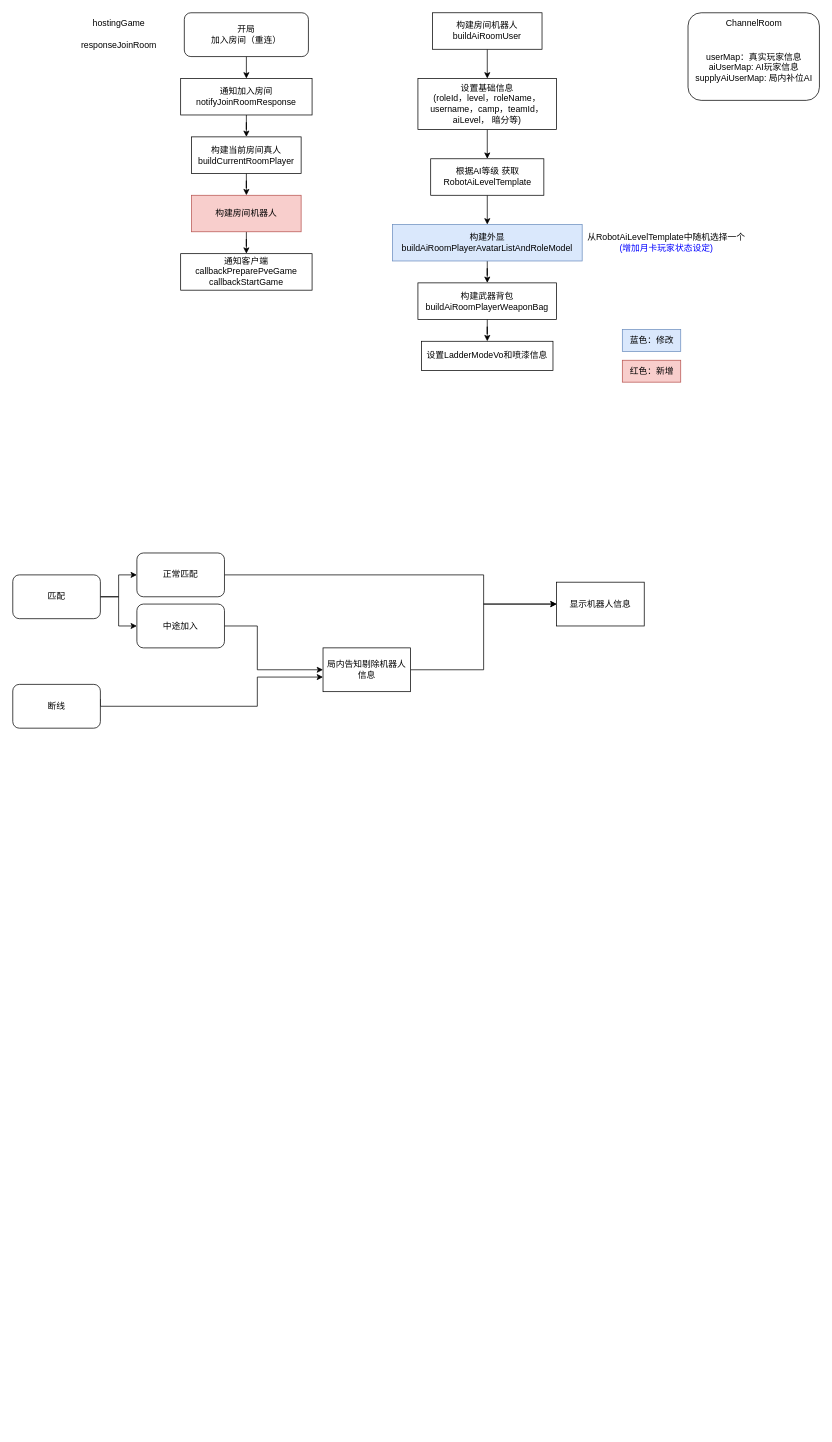
Ordertiny/graph keeps this draw.io diagram as SSJJ2/机器人展示Loading.drawio. Above is the earlier version. Source tidied: cells renumbered, new cells numbered last; positions are measured from the earlier drawing's top-left corner, leaving out a move shared by most shapes. Both pictures are drawn from the tidied source at 73%, with x=0, y=0 at pixel (12, 12).
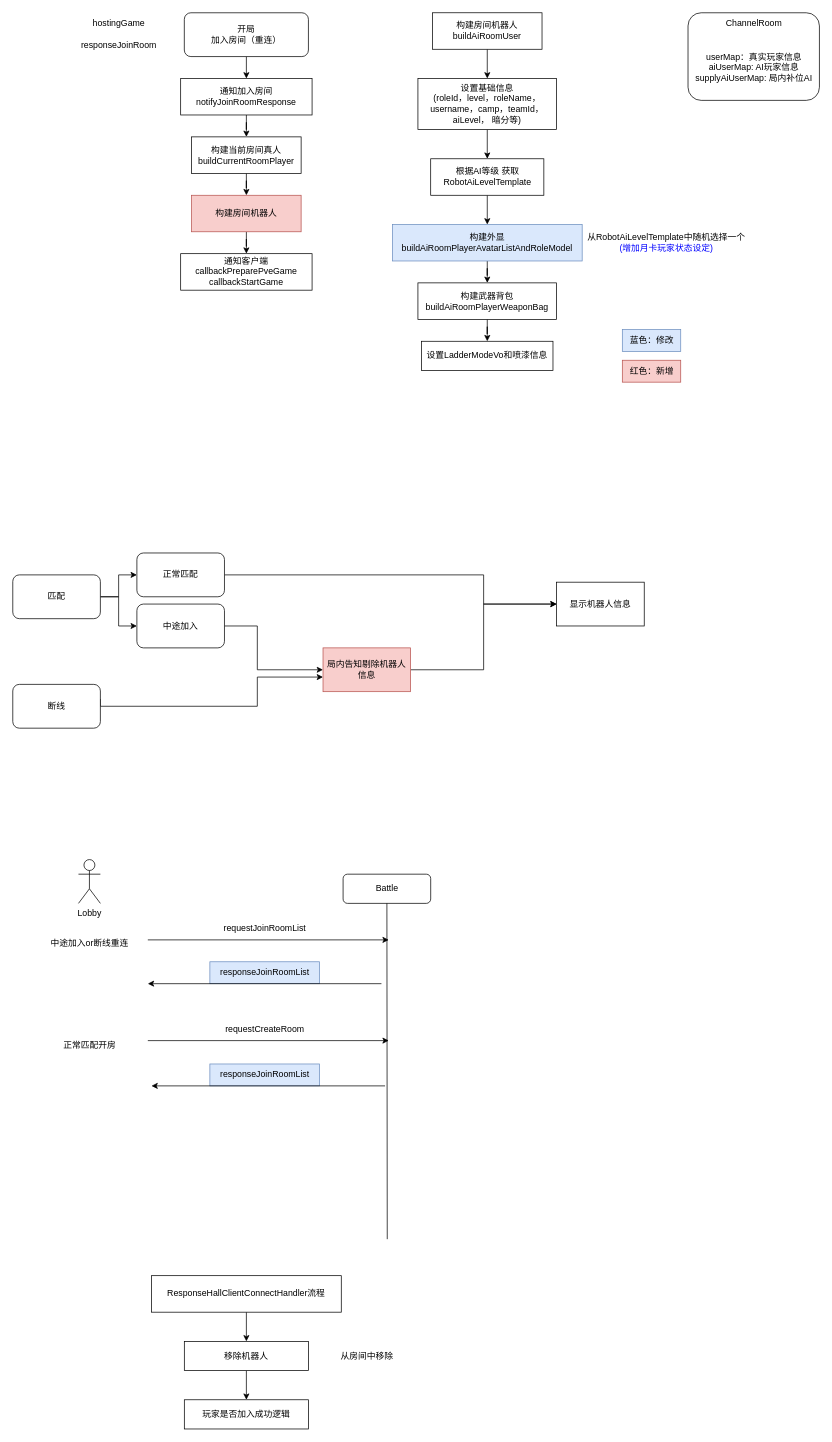
After the change.

Commit message (it also covers changes not shown here):
更新机器人展示Loading.drawio

Change to the diagram source:
```diff
@@
-    <mxCell id="42" value="局内告知剔除机器人&lt;br&gt;信息" style="whiteSpace=wrap;html=1;" parent="1" vertex="1">
+    <mxCell id="42" value="局内告知剔除机器人&lt;br&gt;信息" style="whiteSpace=wrap;html=1;fillColor=#f8cecc;strokeColor=#b85450;" parent="1" vertex="1">
       <mxGeometry x="425" y="870" width="120" height="60" as="geometry" />
     </mxCell>
+    <mxCell id="43" value="Lobby" style="shape=umlActor;verticalLabelPosition=bottom;verticalAlign=top;html=1;" parent="1" vertex="1">
+      <mxGeometry x="90" y="1160" width="30" height="60" as="geometry" />
+    </mxCell>
+    <mxCell id="44" value="Battle" style="rounded=1;whiteSpace=wrap;html=1;" parent="1" vertex="1">
+      <mxGeometry x="452.5" y="1180" width="120" height="40" as="geometry" />
+    </mxCell>
+    <mxCell id="45" value="requestJoinRoomList" style="text;html=1;align=center;verticalAlign=middle;strokeColor=none;fillColor=none;" parent="1" vertex="1">
+      <mxGeometry x="275" y="1240" width="140" height="30" as="geometry" />
+    </mxCell>
+    <mxCell id="46" value="responseJoinRoomList" style="text;html=1;align=center;verticalAlign=middle;strokeColor=#6c8ebf;fillColor=#dae8fc;" parent="1" vertex="1">
+      <mxGeometry x="270" y="1300" width="150" height="30" as="geometry" />
+    </mxCell>
+    <mxCell id="47" value="requestCreateRoom" style="text;html=1;align=center;verticalAlign=middle;strokeColor=none;fillColor=none;" parent="1" vertex="1">
+      <mxGeometry x="280" y="1378" width="130" height="30" as="geometry" />
+    </mxCell>
+    <mxCell id="48" value="responseJoinRoomList" style="text;html=1;align=center;verticalAlign=middle;strokeColor=#6c8ebf;fillColor=#dae8fc;" parent="1" vertex="1">
+      <mxGeometry x="270" y="1440" width="150" height="30" as="geometry" />
+    </mxCell>
+    <mxCell id="49" style="endArrow=none;html=1;rounded=0;entryX=0.5;entryY=1;entryDx=0;entryDy=0;" parent="1" edge="1" target="44">
+      <mxGeometry relative="1" as="geometry">
+        <mxPoint x="513" y="1680" as="sourcePoint" />
+      </mxGeometry>
+    </mxCell>
+    <mxCell id="50" style="endArrow=classic;html=1;rounded=0;" parent="1" edge="1">
+      <mxGeometry relative="1" as="geometry">
+        <mxPoint x="185" y="1270" as="sourcePoint" />
+        <mxPoint x="515" y="1270" as="targetPoint" />
+      </mxGeometry>
+    </mxCell>
+    <mxCell id="51" style="endArrow=classic;html=1;rounded=0;" parent="1" edge="1">
+      <mxGeometry relative="1" as="geometry">
+        <mxPoint x="505" y="1330" as="sourcePoint" />
+        <mxPoint x="185" y="1330" as="targetPoint" />
+      </mxGeometry>
+    </mxCell>
+    <mxCell id="52" style="endArrow=classic;html=1;rounded=0;" parent="1" edge="1">
+      <mxGeometry relative="1" as="geometry">
+        <mxPoint x="185" y="1408" as="sourcePoint" />
+        <mxPoint x="515" y="1408" as="targetPoint" />
+      </mxGeometry>
+    </mxCell>
+    <mxCell id="53" style="endArrow=classic;html=1;rounded=0;" parent="1" edge="1">
+      <mxGeometry relative="1" as="geometry">
+        <mxPoint x="510" y="1470" as="sourcePoint" />
+        <mxPoint x="190" y="1470" as="targetPoint" />
+      </mxGeometry>
+    </mxCell>
+    <mxCell id="54" value="中途加入or断线重连" style="text;html=1;align=center;verticalAlign=middle;strokeColor=none;fillColor=none;" parent="1" vertex="1">
+      <mxGeometry x="40" y="1260" width="130" height="30" as="geometry" />
+    </mxCell>
+    <mxCell id="55" value="正常匹配开房" style="text;html=1;align=center;verticalAlign=middle;strokeColor=none;fillColor=none;" parent="1" vertex="1">
+      <mxGeometry x="55" y="1400" width="100" height="30" as="geometry" />
+    </mxCell>
+    <mxCell id="56" style="edgeStyle=orthogonalEdgeStyle;rounded=0;jettySize=auto;html=1;exitX=0.5;exitY=1;exitDx=0;exitDy=0;entryX=0.5;entryY=0;entryDx=0;entryDy=0;" parent="1" edge="1" source="57" target="59">
+      <mxGeometry relative="1" as="geometry" />
+    </mxCell>
+    <mxCell id="57" value="ResponseHallClientConnectHandler流程" style="whiteSpace=wrap;html=1;" parent="1" vertex="1">
+      <mxGeometry x="190" y="1730" width="260" height="50" as="geometry" />
+    </mxCell>
+    <mxCell id="58" style="edgeStyle=orthogonalEdgeStyle;rounded=0;jettySize=auto;html=1;exitX=0.5;exitY=1;exitDx=0;exitDy=0;entryX=0.5;entryY=0;entryDx=0;entryDy=0;" parent="1" edge="1" source="59" target="60">
+      <mxGeometry relative="1" as="geometry" />
+    </mxCell>
+    <mxCell id="59" value="移除机器人" style="whiteSpace=wrap;html=1;" parent="1" vertex="1">
+      <mxGeometry x="235" y="1820" width="170" height="40" as="geometry" />
+    </mxCell>
+    <mxCell id="60" value="玩家是否加入成功逻辑" style="whiteSpace=wrap;html=1;" parent="1" vertex="1">
+      <mxGeometry x="235" y="1900" width="170" height="40" as="geometry" />
+    </mxCell>
+    <mxCell id="61" value="从房间中移除" style="text;html=1;align=center;verticalAlign=middle;strokeColor=none;fillColor=none;" parent="1" vertex="1">
+      <mxGeometry x="435" y="1825" width="100" height="30" as="geometry" />
+    </mxCell>
```
